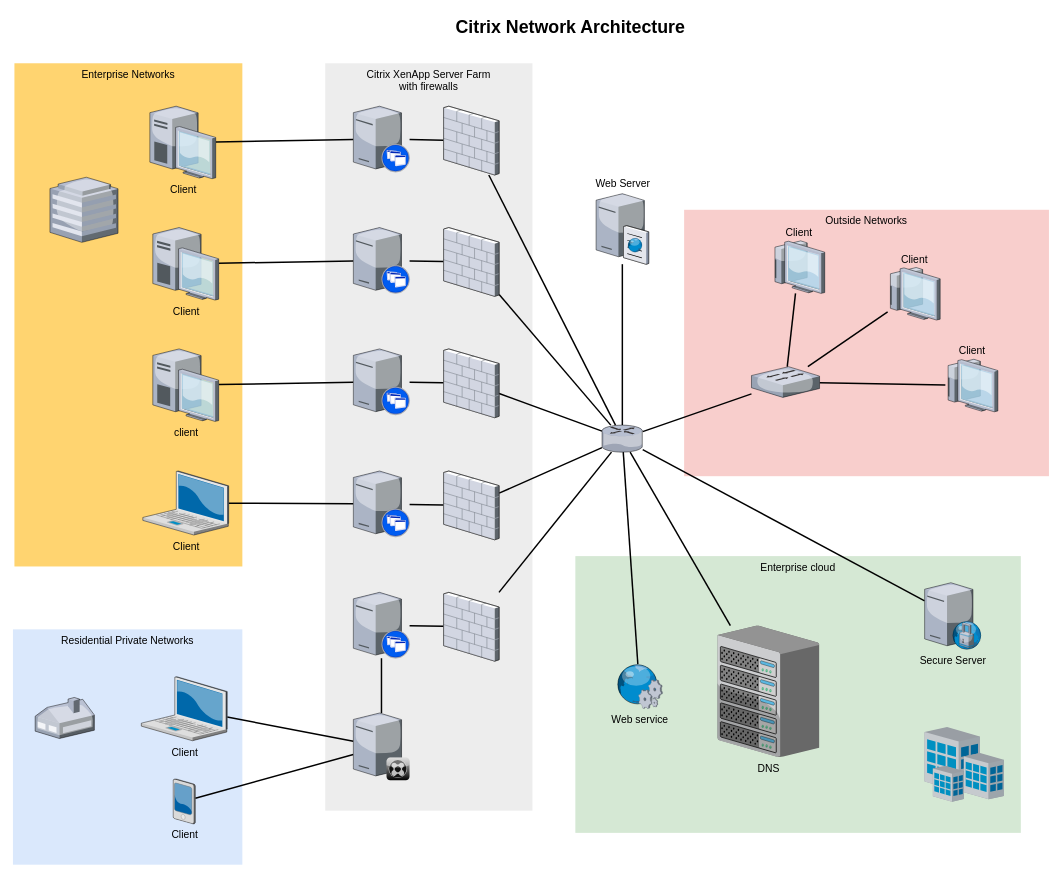
Earlier version of the draw.io diagram Untitled Diagram.drawio (vab1970/diagram). Source tidied: cells renumbered, new cells numbered last; positions are measured from the earlier drawing's top-left corner, leaving out a move shared by most shapes. Both pictures are drawn from the tidied source at 74%, with x=0, y=0 at pixel (13, 13).
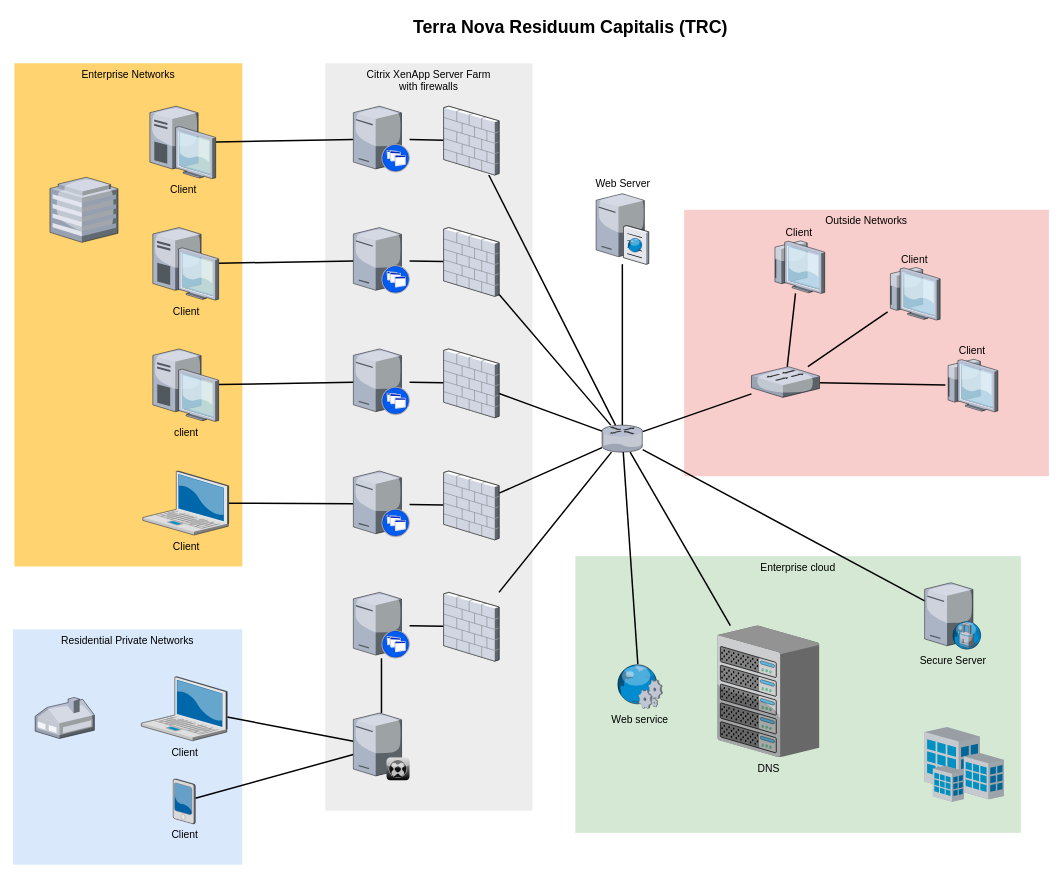
The same page after the edit.

Commit message:
Terra Nova Residuum Capitalis (TRC).drawio

The edit, as a diff of the source:
```diff
@@
-    <mxCell id="61" value="Citrix Network Architecture" style="text;strokeColor=none;fillColor=none;html=1;fontSize=24;fontStyle=1;verticalAlign=middle;align=center;" parent="1" vertex="1">
+    <mxCell id="61" value="Terra Nova Residuum Capitalis (TRC)" style="text;strokeColor=none;fillColor=none;html=1;fontSize=24;fontStyle=1;verticalAlign=middle;align=center;" parent="1" vertex="1">
       <mxGeometry x="322" width="861" height="40" as="geometry" />
     </mxCell>
```
